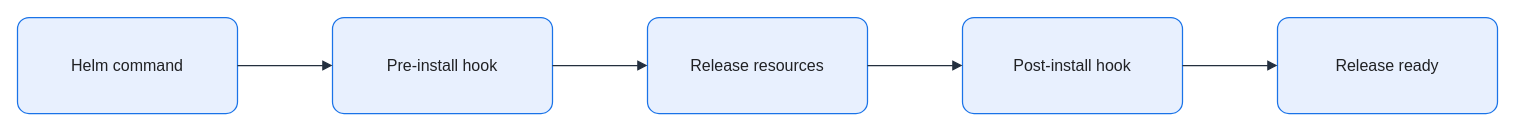
KKamJi98/kkamji98.github.io keeps this draw.io diagram as assets/img/kubernetes/helm-hook-lifecycle.drawio. Above is the earlier version. Source tidied: cells renumbered, new cells numbered last; positions are measured from the earlier drawing's top-left corner, leaving out a move shared by most shapes. Both pictures are drawn from the tidied source at 100%, with x=0, y=0 at pixel (17, 17).
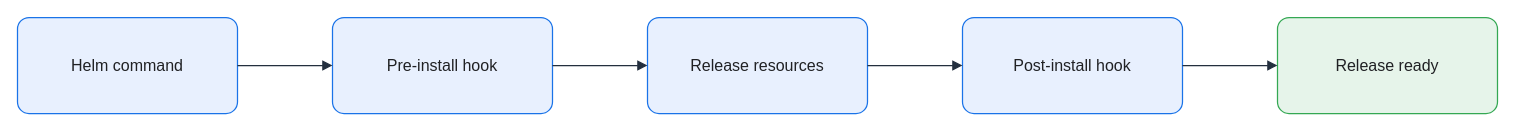
After the change.

What changed in the source:
```diff
@@
 <mxGraphModel background="#FFFFFF">
   <root>
     <mxCell id="0" />
     <mxCell id="1" parent="0" />
     <mxCell id="2" value="Helm command" style="rounded=1;arcSize=12;whiteSpace=wrap;html=0;fillColor=#E8F0FE;strokeColor=#1A73E8;strokeWidth=1.25;fontColor=#202124;fontSize=16;align=center;verticalAlign=middle;spacing=8;shadow=0;" parent="1" vertex="1">
       <mxGeometry width="220" height="96" as="geometry" />
     </mxCell>
     <mxCell id="3" value="Pre-install hook" style="rounded=1;arcSize=12;whiteSpace=wrap;html=0;fillColor=#E8F0FE;strokeColor=#1A73E8;strokeWidth=1.25;fontColor=#202124;fontSize=16;align=center;verticalAlign=middle;spacing=8;shadow=0;" parent="1" vertex="1">
       <mxGeometry x="315" width="220" height="96" as="geometry" />
     </mxCell>
     <mxCell id="4" value="Release resources" style="rounded=1;arcSize=12;whiteSpace=wrap;html=0;fillColor=#E8F0FE;strokeColor=#1A73E8;strokeWidth=1.25;fontColor=#202124;fontSize=16;align=center;verticalAlign=middle;spacing=8;shadow=0;" parent="1" vertex="1">
       <mxGeometry x="630" width="220" height="96" as="geometry" />
     </mxCell>
     <mxCell id="5" value="Post-install hook" style="rounded=1;arcSize=12;whiteSpace=wrap;html=0;fillColor=#E8F0FE;strokeColor=#1A73E8;strokeWidth=1.25;fontColor=#202124;fontSize=16;align=center;verticalAlign=middle;spacing=8;shadow=0;" parent="1" vertex="1">
       <mxGeometry x="945" width="220" height="96" as="geometry" />
     </mxCell>
-    <mxCell id="6" value="Release ready" style="rounded=1;arcSize=12;whiteSpace=wrap;html=0;fillColor=#E8F0FE;strokeColor=#1A73E8;strokeWidth=1.25;fontColor=#202124;fontSize=16;align=center;verticalAlign=middle;spacing=8;shadow=0;" parent="1" vertex="1">
+    <mxCell id="6" value="Release ready" style="rounded=1;arcSize=12;whiteSpace=wrap;html=0;fillColor=#E6F4EA;strokeColor=#34A853;strokeWidth=1.25;fontColor=#202124;fontSize=16;align=center;verticalAlign=middle;spacing=8;shadow=0;" parent="1" vertex="1">
       <mxGeometry x="1260" width="220" height="96" as="geometry" />
     </mxCell>
     <mxCell id="7" style="edgeStyle=orthogonalEdgeStyle;rounded=0;jettySize=auto;html=0;endArrow=block;endFill=1;strokeColor=#232F3E;strokeWidth=1.25;fontColor=#202124;labelBackgroundColor=none;exitX=1;exitY=0.5;exitDx=0;exitDy=0;entryX=0;entryY=0.5;entryDx=0;entryDy=0;endSize=7;" parent="1" edge="1" source="2" target="3">
       <mxGeometry relative="1" as="geometry" />
     </mxCell>
     <mxCell id="8" style="edgeStyle=orthogonalEdgeStyle;rounded=0;jettySize=auto;html=0;endArrow=block;endFill=1;strokeColor=#232F3E;strokeWidth=1.25;fontColor=#202124;labelBackgroundColor=none;exitX=1;exitY=0.5;exitDx=0;exitDy=0;entryX=0;entryY=0.5;entryDx=0;entryDy=0;endSize=7;" parent="1" edge="1" source="3" target="4">
       <mxGeometry relative="1" as="geometry" />
     </mxCell>
     <mxCell id="9" style="edgeStyle=orthogonalEdgeStyle;rounded=0;jettySize=auto;html=0;endArrow=block;endFill=1;strokeColor=#232F3E;strokeWidth=1.25;fontColor=#202124;labelBackgroundColor=none;exitX=1;exitY=0.5;exitDx=0;exitDy=0;entryX=0;entryY=0.5;entryDx=0;entryDy=0;endSize=7;" parent="1" edge="1" source="4" target="5">
       <mxGeometry relative="1" as="geometry" />
     </mxCell>
     <mxCell id="10" style="edgeStyle=orthogonalEdgeStyle;rounded=0;jettySize=auto;html=0;endArrow=block;endFill=1;strokeColor=#232F3E;strokeWidth=1.25;fontColor=#202124;labelBackgroundColor=none;exitX=1;exitY=0.5;exitDx=0;exitDy=0;entryX=0;entryY=0.5;entryDx=0;entryDy=0;endSize=7;" parent="1" edge="1" source="5" target="6">
       <mxGeometry relative="1" as="geometry" />
     </mxCell>
   </root>
 </mxGraphModel>
```
